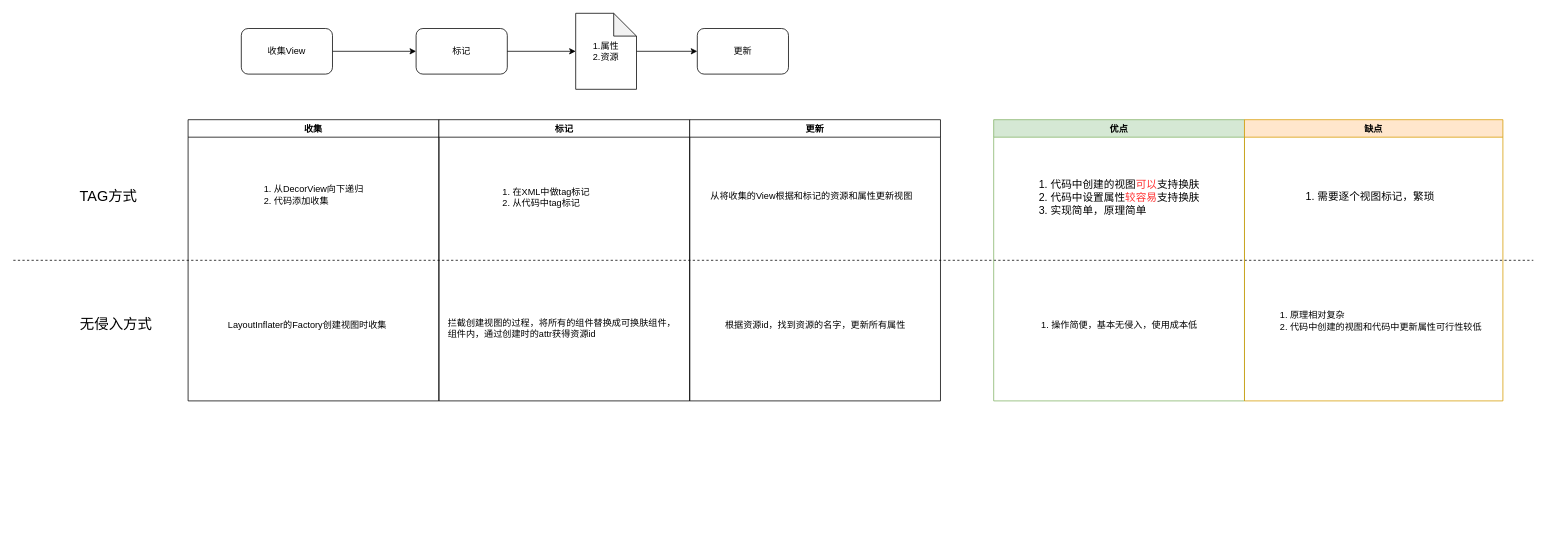
Before: skin.drawio in salmonzhg/drawbox, a draw.io diagram. Source tidied: cells renumbered, new cells numbered last; positions are measured from the earlier drawing's top-left corner, leaving out a move shared by most shapes. Both pictures are drawn from the tidied source at 76%, with x=0, y=0 at pixel (13, 13).
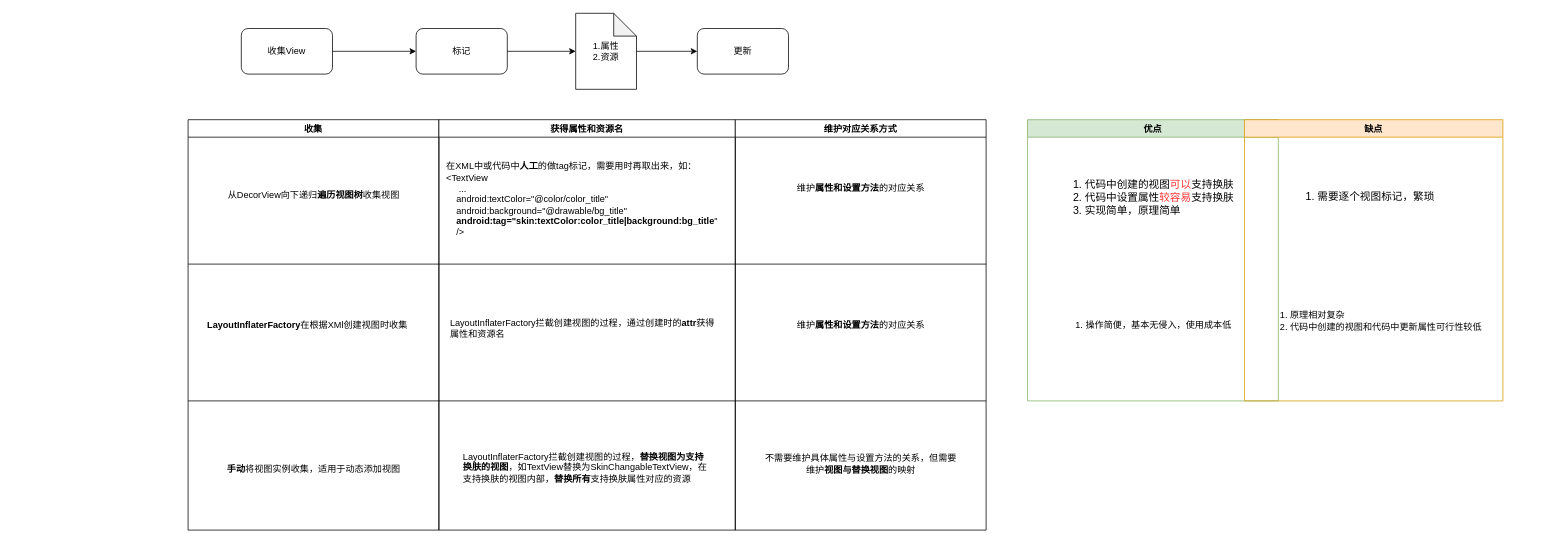
Above is the later version.

Change to the diagram source:
```diff
@@
     <mxCell id="9" value="收集" style="swimlane;" parent="1" vertex="1">
-      <mxGeometry x="230" y="140" width="330" height="370" as="geometry" />
+      <mxGeometry x="230" y="140" width="330" height="540" as="geometry" />
     </mxCell>
-    <mxCell id="10" value="1. 从DecorView向下递归&lt;br&gt;&lt;div style=&quot;text-align: left&quot;&gt;&lt;span&gt;2. 代码添加收集&lt;/span&gt;&lt;/div&gt;" style="text;html=1;align=center;verticalAlign=middle;" parent="9" vertex="1">
-      <mxGeometry x="90" y="84" width="150" height="30" as="geometry" />
+    <mxCell id="10" value="从DecorView向下递归&lt;b&gt;遍历视图树&lt;/b&gt;收集视图" style="text;html=1;align=center;verticalAlign=middle;" parent="9" vertex="1">
+      <mxGeometry x="45" y="89" width="240" height="20" as="geometry" />
     </mxCell>
-    <mxCell id="11" value="&amp;nbsp;LayoutInflater的Factory创建视图时收集" style="text;html=1;align=center;verticalAlign=middle;" parent="9" vertex="1">
-      <mxGeometry x="40" y="260" width="230" height="20" as="geometry" />
+    <mxCell id="11" value="&amp;nbsp;&lt;b&gt;LayoutInflaterFactory&lt;/b&gt;在根据XMl创建视图时收集" style="text;html=1;align=center;verticalAlign=middle;" parent="9" vertex="1">
+      <mxGeometry x="15" y="260" width="280" height="20" as="geometry" />
     </mxCell>
-    <mxCell id="12" style="endArrow=none;dashed=1;html=1;" parent="9" edge="1">
-      <mxGeometry relative="1" as="geometry">
-        <mxPoint x="-230" y="185" as="sourcePoint" />
-        <mxPoint x="1770" y="185" as="targetPoint" />
-      </mxGeometry>
-    </mxCell>
+    <mxCell id="27" value="&lt;b&gt;手动&lt;/b&gt;将视图实例收集，适用于动态添加视图" style="text;html=1;align=center;verticalAlign=middle;" parent="9" vertex="1">
+      <mxGeometry x="45" y="450" width="240" height="20" as="geometry" />
+    </mxCell>
-    <mxCell id="13" value="标记" style="swimlane;" parent="1" vertex="1">
-      <mxGeometry x="560" y="140" width="330" height="370" as="geometry" />
+    <mxCell id="13" value="获得属性和资源名" style="swimlane;" parent="1" vertex="1">
+      <mxGeometry x="560" y="140" width="390" height="540" as="geometry" />
     </mxCell>
-    <mxCell id="14" value="拦截创建视图的过程，将所有的组件替换成可换肤组件，&lt;br&gt;组件内，通过创建时的attr获得资源id" style="text;html=1;align=left;verticalAlign=middle;" parent="13" vertex="1">
-      <mxGeometry x="10" y="260" width="320" height="30" as="geometry" />
+    <mxCell id="14" value="&lt;span style=&quot;text-align: center&quot;&gt;LayoutInflaterFactory&lt;/span&gt;拦截创建视图的过程，通过创建时的&lt;b&gt;attr&lt;/b&gt;获得&lt;br&gt;属性和资源名" style="text;html=1;align=left;verticalAlign=middle;" parent="13" vertex="1">
+      <mxGeometry x="12.5" y="260" width="360" height="30" as="geometry" />
     </mxCell>
+    <mxCell id="19" value="在XML中或代码中&lt;b&gt;人工&lt;/b&gt;的做tag标记，需要用时再取出来，如：&lt;br&gt;&lt;div&gt;&amp;lt;TextView&lt;/div&gt;&lt;div&gt;&amp;nbsp; &amp;nbsp; &amp;nbsp;...&lt;/div&gt;&lt;div&gt;&amp;nbsp; &amp;nbsp; android:textColor=&quot;@color/color_title&quot;&lt;/div&gt;&lt;div&gt;&amp;nbsp; &amp;nbsp; android:background=&quot;@drawable/bg_title&quot;&lt;br&gt;&lt;/div&gt;&amp;nbsp; &amp;nbsp;&amp;nbsp;&lt;b&gt;android:tag=&quot;skin:textColor:color_title|background:bg_title&lt;/b&gt;&quot;&lt;div&gt;&amp;nbsp; &amp;nbsp;&amp;nbsp;&lt;span&gt;/&amp;gt;&lt;/span&gt;&lt;/div&gt;" style="text;html=1;align=left;verticalAlign=middle;" parent="13" vertex="1">
+      <mxGeometry x="7.5" y="55" width="370" height="100" as="geometry" />
+    </mxCell>
+    <mxCell id="28" value="LayoutInflaterFactory拦截创建视图的过程，&lt;b&gt;替换视图为支持&lt;br&gt;换肤的视图&lt;/b&gt;，如TextView替换为SkinChangableTextView，在&lt;br&gt;支持换肤的视图内部，&lt;b&gt;替换所有&lt;/b&gt;支持换肤属性对应的资源" style="text;html=1;" parent="13" vertex="1">
+      <mxGeometry x="30" y="430" width="330" height="30" as="geometry" />
+    </mxCell>
-    <mxCell id="15" value="更新" style="swimlane;" parent="1" vertex="1">
-      <mxGeometry x="890" y="140" width="330" height="370" as="geometry" />
+    <mxCell id="15" value="维护对应关系方式" style="swimlane;" parent="1" vertex="1">
+      <mxGeometry x="950" y="140" width="330" height="540" as="geometry" />
     </mxCell>
-    <mxCell id="16" value="根据资源id，找到资源的名字，更新所有属性" style="text;html=1;align=center;verticalAlign=middle;" parent="15" vertex="1">
-      <mxGeometry x="40" y="260" width="250" height="20" as="geometry" />
+    <mxCell id="16" value="维护&lt;b&gt;属性和设置方法&lt;/b&gt;的对应关系" style="text;html=1;align=center;verticalAlign=middle;" parent="15" vertex="1">
+      <mxGeometry x="75" y="260" width="180" height="20" as="geometry" />
     </mxCell>
-    <mxCell id="17" value="&lt;font style=&quot;font-size: 19px&quot;&gt;TAG方式&lt;/font&gt;" style="text;html=1;align=center;verticalAlign=middle;" parent="1" vertex="1">
-      <mxGeometry x="80" y="231" width="90" height="20" as="geometry" />
-    </mxCell>
-    <mxCell id="18" value="&lt;font style=&quot;font-size: 19px&quot;&gt;无侵入方式&lt;/font&gt;" style="text;html=1;align=center;verticalAlign=middle;" parent="1" vertex="1">
-      <mxGeometry x="80" y="400" width="110" height="20" as="geometry" />
-    </mxCell>
-    <mxCell id="19" value="1. 在XML中做tag标记&lt;br&gt;2. 从代码中tag标记" style="text;html=1;align=left;verticalAlign=middle;" parent="1" vertex="1">
-      <mxGeometry x="642" y="227" width="130" height="30" as="geometry" />
-    </mxCell>
-    <mxCell id="20" value="从将收集的View根据和标记的资源和属性更新视图" style="text;html=1;align=center;verticalAlign=middle;" parent="1" vertex="1">
-      <mxGeometry x="910" y="231" width="280" height="20" as="geometry" />
+    <mxCell id="20" value="维护&lt;b&gt;属性和设置方法&lt;/b&gt;的对应关系" style="text;html=1;align=center;verticalAlign=middle;" parent="15" vertex="1">
+      <mxGeometry x="75" y="80" width="180" height="20" as="geometry" />
     </mxCell>
+    <mxCell id="29" value="不需要维护具体属性与设置方法的关系，但需要&lt;br&gt;维护&lt;b&gt;视图与替换视图&lt;/b&gt;的映射" style="text;html=1;align=center;verticalAlign=middle;" parent="15" vertex="1">
+      <mxGeometry x="30" y="438" width="270" height="30" as="geometry" />
+    </mxCell>
     <mxCell id="21" value="优点" style="swimlane;fillColor=#d5e8d4;strokeColor=#82b366;" parent="1" vertex="1">
-      <mxGeometry x="1290" y="140" width="330" height="370" as="geometry" />
+      <mxGeometry x="1334.5" y="140" width="330" height="370" as="geometry" />
     </mxCell>
@@
+    <mxCell id="30" style="endArrow=none;html=1;" parent="1" edge="1">
+      <mxGeometry relative="1" as="geometry">
+        <mxPoint x="230" y="330" as="sourcePoint" />
+        <mxPoint x="1280" y="330" as="targetPoint" />
+      </mxGeometry>
+    </mxCell>
+    <mxCell id="31" style="endArrow=none;html=1;" parent="1" edge="1">
+      <mxGeometry relative="1" as="geometry">
+        <mxPoint x="230" y="510" as="sourcePoint" />
+        <mxPoint x="1280" y="510" as="targetPoint" />
+      </mxGeometry>
+    </mxCell>
```
